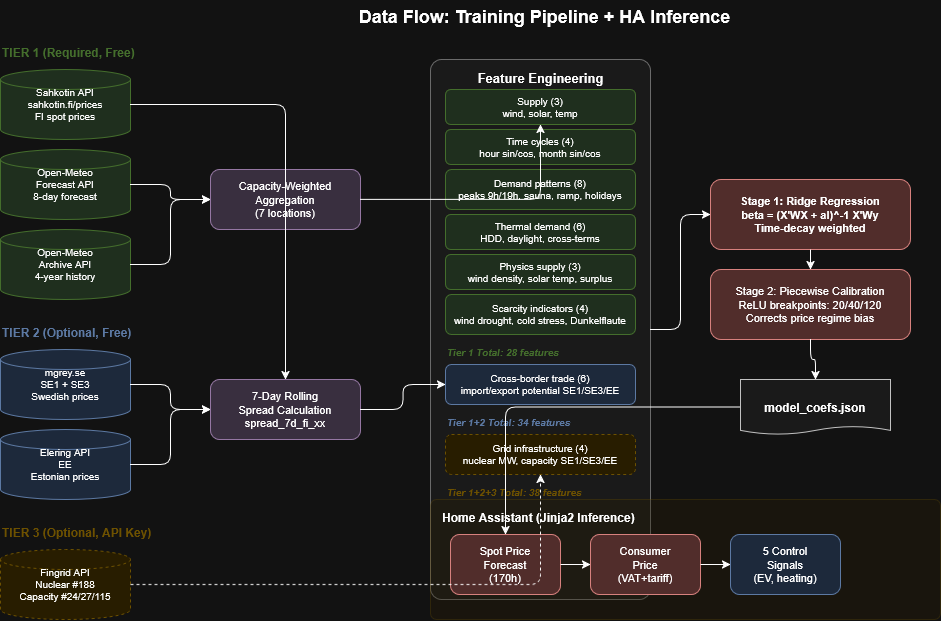
This is docs/diagrams/data-flow.drawio.png from watti-matti/HA-spot-price-predictor, a draw.io export, as it was before one commit. Source tidied: cells renumbered, new cells last; positions are measured from the earlier drawing's top-left corner, leaving out a move shared by most shapes. The source it was exported from:
```xml
<mxGraphModel>
  <root>
    <mxCell id="0" />
    <mxCell id="1" parent="0" />
    <mxCell id="2" value="Data Flow: Training Pipeline + HA Inference" style="text;html=1;fontSize=18;fontStyle=1;align=center;" parent="1" vertex="1">
      <mxGeometry x="244" width="600" height="30" as="geometry" />
    </mxCell>
    <mxCell id="3" value="TIER 1 (Required, Free)" style="text;html=1;fontSize=12;fontStyle=1;fontColor=#82b366;" parent="1" vertex="1">
      <mxGeometry y="40" width="200" height="20" as="geometry" />
    </mxCell>
    <mxCell id="4" value="Sahkotin API&#10;sahkotin.fi/prices&#10;FI spot prices" style="shape=cylinder3;whiteSpace=wrap;html=1;fillColor=#d5e8d4;strokeColor=#82b366;fontSize=10;size=10;" parent="1" vertex="1">
      <mxGeometry y="70" width="130" height="70" as="geometry" />
    </mxCell>
    <mxCell id="5" value="Open-Meteo&#10;Forecast API&#10;8-day forecast" style="shape=cylinder3;whiteSpace=wrap;html=1;fillColor=#d5e8d4;strokeColor=#82b366;fontSize=10;size=10;" parent="1" vertex="1">
      <mxGeometry y="150" width="130" height="70" as="geometry" />
    </mxCell>
    <mxCell id="6" value="Open-Meteo&#10;Archive API&#10;4-year history" style="shape=cylinder3;whiteSpace=wrap;html=1;fillColor=#d5e8d4;strokeColor=#82b366;fontSize=10;size=10;" parent="1" vertex="1">
      <mxGeometry y="230" width="130" height="70" as="geometry" />
    </mxCell>
    <mxCell id="7" value="TIER 2 (Optional, Free)" style="text;html=1;fontSize=12;fontStyle=1;fontColor=#6c8ebf;" parent="1" vertex="1">
      <mxGeometry y="320" width="200" height="20" as="geometry" />
    </mxCell>
    <mxCell id="8" value="mgrey.se&#10;SE1 + SE3&#10;Swedish prices" style="shape=cylinder3;whiteSpace=wrap;html=1;fillColor=#dae8fc;strokeColor=#6c8ebf;fontSize=10;size=10;" parent="1" vertex="1">
      <mxGeometry y="350" width="130" height="70" as="geometry" />
    </mxCell>
    <mxCell id="9" value="Elering API&#10;EE&#10;Estonian prices" style="shape=cylinder3;whiteSpace=wrap;html=1;fillColor=#dae8fc;strokeColor=#6c8ebf;fontSize=10;size=10;" parent="1" vertex="1">
      <mxGeometry y="430" width="130" height="70" as="geometry" />
    </mxCell>
    <mxCell id="10" value="TIER 3 (Optional, API Key)" style="text;html=1;fontSize=12;fontStyle=1;fontColor=#d6b656;" parent="1" vertex="1">
      <mxGeometry y="520" width="200" height="20" as="geometry" />
    </mxCell>
    <mxCell id="11" value="Fingrid API&#10;Nuclear #188&#10;Capacity #24/27/115" style="shape=cylinder3;whiteSpace=wrap;html=1;fillColor=#fff2cc;strokeColor=#d6b656;fontSize=10;size=10;dashed=1;" parent="1" vertex="1">
      <mxGeometry y="550" width="130" height="70" as="geometry" />
    </mxCell>
    <mxCell id="12" value="Capacity-Weighted&#10;Aggregation&#10;(7 locations)" style="rounded=1;whiteSpace=wrap;html=1;fillColor=#e1d5e7;strokeColor=#9673a6;fontSize=11;" parent="1" vertex="1">
      <mxGeometry x="210" y="170" width="150" height="60" as="geometry" />
    </mxCell>
    <mxCell id="13" value="7-Day Rolling&#10;Spread Calculation&#10;spread_7d_fi_xx" style="rounded=1;whiteSpace=wrap;html=1;fillColor=#e1d5e7;strokeColor=#9673a6;fontSize=11;" parent="1" vertex="1">
      <mxGeometry x="210" y="380" width="150" height="60" as="geometry" />
    </mxCell>
    <mxCell id="14" style="rounded=1;whiteSpace=wrap;html=1;fillColor=#f5f5f5;strokeColor=#999999;arcSize=5;" parent="1" vertex="1">
      <mxGeometry x="430" y="60" width="220" height="540" as="geometry" />
    </mxCell>
    <mxCell id="15" value="Feature Engineering" style="text;html=1;fontSize=13;fontStyle=1;align=center;" parent="1" vertex="1">
      <mxGeometry x="450" y="65" width="180" height="20" as="geometry" />
    </mxCell>
    <mxCell id="16" value="Supply (3)&#10;wind, solar, temp" style="rounded=1;whiteSpace=wrap;html=1;fillColor=#d5e8d4;strokeColor=#82b366;fontSize=10;" parent="1" vertex="1">
      <mxGeometry x="445" y="90" width="190" height="35" as="geometry" />
    </mxCell>
    <mxCell id="17" value="Time cycles (4)&#10;hour sin/cos, month sin/cos" style="rounded=1;whiteSpace=wrap;html=1;fillColor=#d5e8d4;strokeColor=#82b366;fontSize=10;" parent="1" vertex="1">
      <mxGeometry x="445" y="130" width="190" height="35" as="geometry" />
    </mxCell>
    <mxCell id="18" value="Demand patterns (8)&#10;peaks 9h/19h, sauna, ramp, holidays" style="rounded=1;whiteSpace=wrap;html=1;fillColor=#d5e8d4;strokeColor=#82b366;fontSize=10;" parent="1" vertex="1">
      <mxGeometry x="445" y="170" width="190" height="40" as="geometry" />
    </mxCell>
    <mxCell id="19" value="Thermal demand (6)&#10;HDD, daylight, cross-terms" style="rounded=1;whiteSpace=wrap;html=1;fillColor=#d5e8d4;strokeColor=#82b366;fontSize=10;" parent="1" vertex="1">
      <mxGeometry x="445" y="215" width="190" height="35" as="geometry" />
    </mxCell>
    <mxCell id="20" value="Physics supply (3)&#10;wind density, solar temp, surplus" style="rounded=1;whiteSpace=wrap;html=1;fillColor=#d5e8d4;strokeColor=#82b366;fontSize=10;" parent="1" vertex="1">
      <mxGeometry x="445" y="255" width="190" height="35" as="geometry" />
    </mxCell>
    <mxCell id="21" value="Scarcity indicators (4)&#10;wind drought, cold stress, Dunkelflaute" style="rounded=1;whiteSpace=wrap;html=1;fillColor=#d5e8d4;strokeColor=#82b366;fontSize=10;" parent="1" vertex="1">
      <mxGeometry x="445" y="295" width="190" height="40" as="geometry" />
    </mxCell>
    <mxCell id="22" value="Tier 1 Total: 28 features" style="text;html=1;fontSize=10;fontStyle=3;fontColor=#82b366;" parent="1" vertex="1">
      <mxGeometry x="445" y="340" width="190" height="15" as="geometry" />
    </mxCell>
    <mxCell id="23" value="Cross-border trade (6)&#10;import/export potential SE1/SE3/EE" style="rounded=1;whiteSpace=wrap;html=1;fillColor=#dae8fc;strokeColor=#6c8ebf;fontSize=10;" parent="1" vertex="1">
      <mxGeometry x="445" y="365" width="190" height="40" as="geometry" />
    </mxCell>
    <mxCell id="24" value="Tier 1+2 Total: 34 features" style="text;html=1;fontSize=10;fontStyle=3;fontColor=#6c8ebf;" parent="1" vertex="1">
      <mxGeometry x="445" y="410" width="190" height="15" as="geometry" />
    </mxCell>
    <mxCell id="25" value="Grid infrastructure (4)&#10;nuclear MW, capacity SE1/SE3/EE" style="rounded=1;whiteSpace=wrap;html=1;fillColor=#fff2cc;strokeColor=#d6b656;fontSize=10;dashed=1;" parent="1" vertex="1">
      <mxGeometry x="445" y="435" width="190" height="40" as="geometry" />
    </mxCell>
    <mxCell id="26" value="Tier 1+2+3 Total: 38 features" style="text;html=1;fontSize=10;fontStyle=3;fontColor=#d6b656;" parent="1" vertex="1">
      <mxGeometry x="445" y="480" width="190" height="15" as="geometry" />
    </mxCell>
    <mxCell id="27" value="Stage 1: Ridge Regression&#10;beta = (X'WX + aI)^-1 X'Wy&#10;Time-decay weighted" style="rounded=1;whiteSpace=wrap;html=1;fillColor=#f8cecc;strokeColor=#b85450;fontSize=11;fontStyle=1;" parent="1" vertex="1">
      <mxGeometry x="710" y="180" width="200" height="70" as="geometry" />
    </mxCell>
    <mxCell id="28" value="Stage 2: Piecewise Calibration&#10;ReLU breakpoints: 20/40/120&#10;Corrects price regime bias" style="rounded=1;whiteSpace=wrap;html=1;fillColor=#f8cecc;strokeColor=#b85450;fontSize=11;" parent="1" vertex="1">
      <mxGeometry x="710" y="270" width="200" height="70" as="geometry" />
    </mxCell>
    <mxCell id="29" value="model_coefs.json" style="shape=document;whiteSpace=wrap;html=1;fillColor=#f5f5f5;strokeColor=#333333;fontSize=12;fontStyle=1;size=0.15;" parent="1" vertex="1">
      <mxGeometry x="740" y="380" width="150" height="55" as="geometry" />
    </mxCell>
    <mxCell id="30" style="rounded=1;whiteSpace=wrap;html=1;fillColor=#fff2cc;strokeColor=#d6b656;arcSize=5;opacity=30;" parent="1" vertex="1">
      <mxGeometry x="430" y="500" width="510" height="120" as="geometry" />
    </mxCell>
    <mxCell id="31" value="Home Assistant (Jinja2 Inference)" style="text;html=1;fontSize=12;fontStyle=1;" parent="1" vertex="1">
      <mxGeometry x="440" y="505" width="250" height="20" as="geometry" />
    </mxCell>
    <mxCell id="32" value="Spot Price&#10;Forecast&#10;(170h)" style="rounded=1;whiteSpace=wrap;html=1;fillColor=#f8cecc;strokeColor=#b85450;fontSize=11;" parent="1" vertex="1">
      <mxGeometry x="450" y="535" width="110" height="60" as="geometry" />
    </mxCell>
    <mxCell id="33" value="Consumer&#10;Price&#10;(VAT+tariff)" style="rounded=1;whiteSpace=wrap;html=1;fillColor=#f8cecc;strokeColor=#b85450;fontSize=11;" parent="1" vertex="1">
      <mxGeometry x="590" y="535" width="110" height="60" as="geometry" />
    </mxCell>
    <mxCell id="34" value="5 Control&#10;Signals&#10;(EV, heating)" style="rounded=1;whiteSpace=wrap;html=1;fillColor=#dae8fc;strokeColor=#6c8ebf;fontSize=11;" parent="1" vertex="1">
      <mxGeometry x="730" y="535" width="110" height="60" as="geometry" />
    </mxCell>
    <mxCell id="35" style="edgeStyle=orthogonalEdgeStyle;" parent="1" edge="1" source="5" target="12">
      <mxGeometry relative="1" as="geometry" />
    </mxCell>
    <mxCell id="36" style="edgeStyle=orthogonalEdgeStyle;" parent="1" edge="1" source="6" target="12">
      <mxGeometry relative="1" as="geometry" />
    </mxCell>
    <mxCell id="37" style="edgeStyle=orthogonalEdgeStyle;" parent="1" edge="1" source="12" target="16">
      <mxGeometry relative="1" as="geometry" />
    </mxCell>
    <mxCell id="38" style="edgeStyle=orthogonalEdgeStyle;" parent="1" edge="1" source="8" target="13">
      <mxGeometry relative="1" as="geometry" />
    </mxCell>
    <mxCell id="39" style="edgeStyle=orthogonalEdgeStyle;" parent="1" edge="1" source="9" target="13">
      <mxGeometry relative="1" as="geometry" />
    </mxCell>
    <mxCell id="40" style="edgeStyle=orthogonalEdgeStyle;" parent="1" edge="1" source="4" target="13">
      <mxGeometry relative="1" as="geometry" />
    </mxCell>
    <mxCell id="41" style="edgeStyle=orthogonalEdgeStyle;" parent="1" edge="1" source="13" target="23">
      <mxGeometry relative="1" as="geometry" />
    </mxCell>
    <mxCell id="42" style="edgeStyle=orthogonalEdgeStyle;dashed=1;" parent="1" edge="1" source="11" target="25">
      <mxGeometry relative="1" as="geometry" />
    </mxCell>
    <mxCell id="43" style="edgeStyle=orthogonalEdgeStyle;" parent="1" edge="1" source="14" target="27">
      <mxGeometry relative="1" as="geometry" />
    </mxCell>
    <mxCell id="44" style="edgeStyle=orthogonalEdgeStyle;" parent="1" edge="1" source="27" target="28">
      <mxGeometry relative="1" as="geometry" />
    </mxCell>
    <mxCell id="45" style="edgeStyle=orthogonalEdgeStyle;" parent="1" edge="1" source="28" target="29">
      <mxGeometry relative="1" as="geometry" />
    </mxCell>
    <mxCell id="46" style="edgeStyle=orthogonalEdgeStyle;" parent="1" edge="1" source="29" target="32">
      <mxGeometry relative="1" as="geometry" />
    </mxCell>
    <mxCell id="47" style="edgeStyle=orthogonalEdgeStyle;" parent="1" edge="1" source="32" target="33">
      <mxGeometry relative="1" as="geometry" />
    </mxCell>
    <mxCell id="48" style="edgeStyle=orthogonalEdgeStyle;" parent="1" edge="1" source="33" target="34">
      <mxGeometry relative="1" as="geometry" />
    </mxCell>
  </root>
</mxGraphModel>
```
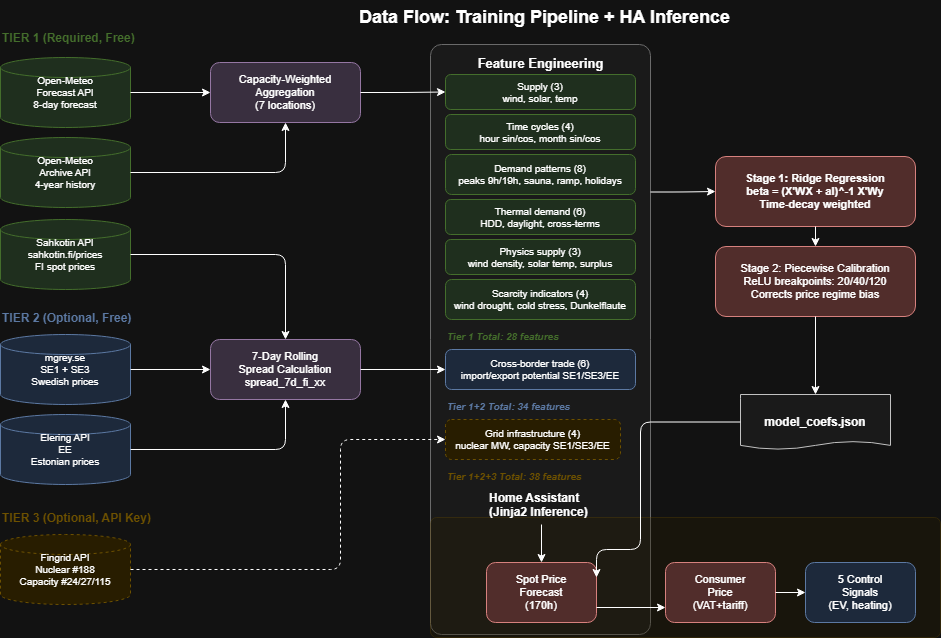
After the commit.

Change to the diagram source:
```diff
@@ -3,19 +3,19 @@
     <mxCell id="0" />
     <mxCell id="1" parent="0" />
     <mxCell id="2" value="Data Flow: Training Pipeline + HA Inference" style="text;html=1;fontSize=18;fontStyle=1;align=center;" parent="1" vertex="1">
-      <mxGeometry x="244" width="600" height="30" as="geometry" />
+      <mxGeometry x="244" y="16" width="600" height="30" as="geometry" />
     </mxCell>
     <mxCell id="3" value="TIER 1 (Required, Free)" style="text;html=1;fontSize=12;fontStyle=1;fontColor=#82b366;" parent="1" vertex="1">
       <mxGeometry y="40" width="200" height="20" as="geometry" />
     </mxCell>
     <mxCell id="4" value="Sahkotin API&#10;sahkotin.fi/prices&#10;FI spot prices" style="shape=cylinder3;whiteSpace=wrap;html=1;fillColor=#d5e8d4;strokeColor=#82b366;fontSize=10;size=10;" parent="1" vertex="1">
-      <mxGeometry y="70" width="130" height="70" as="geometry" />
+      <mxGeometry y="235" width="130" height="70" as="geometry" />
     </mxCell>
     <mxCell id="5" value="Open-Meteo&#10;Forecast API&#10;8-day forecast" style="shape=cylinder3;whiteSpace=wrap;html=1;fillColor=#d5e8d4;strokeColor=#82b366;fontSize=10;size=10;" parent="1" vertex="1">
-      <mxGeometry y="150" width="130" height="70" as="geometry" />
+      <mxGeometry y="73" width="130" height="70" as="geometry" />
     </mxCell>
     <mxCell id="6" value="Open-Meteo&#10;Archive API&#10;4-year history" style="shape=cylinder3;whiteSpace=wrap;html=1;fillColor=#d5e8d4;strokeColor=#82b366;fontSize=10;size=10;" parent="1" vertex="1">
-      <mxGeometry y="230" width="130" height="70" as="geometry" />
+      <mxGeometry y="153" width="130" height="70" as="geometry" />
     </mxCell>
     <mxCell id="7" value="TIER 2 (Optional, Free)" style="text;html=1;fontSize=12;fontStyle=1;fontColor=#6c8ebf;" parent="1" vertex="1">
       <mxGeometry y="320" width="200" height="20" as="geometry" />
@@ -33,13 +33,13 @@
       <mxGeometry y="550" width="130" height="70" as="geometry" />
     </mxCell>
     <mxCell id="12" value="Capacity-Weighted&#10;Aggregation&#10;(7 locations)" style="rounded=1;whiteSpace=wrap;html=1;fillColor=#e1d5e7;strokeColor=#9673a6;fontSize=11;" parent="1" vertex="1">
-      <mxGeometry x="210" y="170" width="150" height="60" as="geometry" />
+      <mxGeometry x="210" y="78" width="150" height="60" as="geometry" />
     </mxCell>
     <mxCell id="13" value="7-Day Rolling&#10;Spread Calculation&#10;spread_7d_fi_xx" style="rounded=1;whiteSpace=wrap;html=1;fillColor=#e1d5e7;strokeColor=#9673a6;fontSize=11;" parent="1" vertex="1">
-      <mxGeometry x="210" y="380" width="150" height="60" as="geometry" />
+      <mxGeometry x="210" y="355" width="150" height="60" as="geometry" />
     </mxCell>
     <mxCell id="14" style="rounded=1;whiteSpace=wrap;html=1;fillColor=#f5f5f5;strokeColor=#999999;arcSize=5;" parent="1" vertex="1">
-      <mxGeometry x="430" y="60" width="220" height="540" as="geometry" />
+      <mxGeometry x="430" y="60" width="220" height="590" as="geometry" />
     </mxCell>
     <mxCell id="15" value="Feature Engineering" style="text;html=1;fontSize=13;fontStyle=1;align=center;" parent="1" vertex="1">
       <mxGeometry x="450" y="65" width="180" height="20" as="geometry" />
@@ -72,34 +72,37 @@
       <mxGeometry x="445" y="410" width="190" height="15" as="geometry" />
     </mxCell>
     <mxCell id="25" value="Grid infrastructure (4)&#10;nuclear MW, capacity SE1/SE3/EE" style="rounded=1;whiteSpace=wrap;html=1;fillColor=#fff2cc;strokeColor=#d6b656;fontSize=10;dashed=1;" parent="1" vertex="1">
-      <mxGeometry x="445" y="435" width="190" height="40" as="geometry" />
+      <mxGeometry x="445" y="435" width="175" height="40" as="geometry" />
     </mxCell>
     <mxCell id="26" value="Tier 1+2+3 Total: 38 features" style="text;html=1;fontSize=10;fontStyle=3;fontColor=#d6b656;" parent="1" vertex="1">
       <mxGeometry x="445" y="480" width="190" height="15" as="geometry" />
     </mxCell>
     <mxCell id="27" value="Stage 1: Ridge Regression&#10;beta = (X'WX + aI)^-1 X'Wy&#10;Time-decay weighted" style="rounded=1;whiteSpace=wrap;html=1;fillColor=#f8cecc;strokeColor=#b85450;fontSize=11;fontStyle=1;" parent="1" vertex="1">
-      <mxGeometry x="710" y="180" width="200" height="70" as="geometry" />
+      <mxGeometry x="715" y="172" width="200" height="70" as="geometry" />
     </mxCell>
     <mxCell id="28" value="Stage 2: Piecewise Calibration&#10;ReLU breakpoints: 20/40/120&#10;Corrects price regime bias" style="rounded=1;whiteSpace=wrap;html=1;fillColor=#f8cecc;strokeColor=#b85450;fontSize=11;" parent="1" vertex="1">
-      <mxGeometry x="710" y="270" width="200" height="70" as="geometry" />
+      <mxGeometry x="715" y="262" width="200" height="70" as="geometry" />
     </mxCell>
     <mxCell id="29" value="model_coefs.json" style="shape=document;whiteSpace=wrap;html=1;fillColor=#f5f5f5;strokeColor=#333333;fontSize=12;fontStyle=1;size=0.15;" parent="1" vertex="1">
-      <mxGeometry x="740" y="380" width="150" height="55" as="geometry" />
+      <mxGeometry x="740" y="410" width="150" height="55" as="geometry" />
     </mxCell>
     <mxCell id="30" style="rounded=1;whiteSpace=wrap;html=1;fillColor=#fff2cc;strokeColor=#d6b656;arcSize=5;opacity=30;" parent="1" vertex="1">
-      <mxGeometry x="430" y="500" width="510" height="120" as="geometry" />
+      <mxGeometry x="430" y="533" width="510" height="120" as="geometry" />
     </mxCell>
+    <mxCell id="49" style="edgeStyle=orthogonalEdgeStyle;rounded=0;jettySize=auto;html=1;exitX=0.5;exitY=1;exitDx=0;exitDy=0;" parent="1" edge="1" source="31" target="32">
+      <mxGeometry relative="1" as="geometry" />
+    </mxCell>
-    <mxCell id="31" value="Home Assistant (Jinja2 Inference)" style="text;html=1;fontSize=12;fontStyle=1;" parent="1" vertex="1">
-      <mxGeometry x="440" y="505" width="250" height="20" as="geometry" />
+    <mxCell id="31" value="Home Assistant&lt;br&gt;(Jinja2 Inference)" style="text;html=1;fontSize=12;fontStyle=1;" parent="1" vertex="1">
+      <mxGeometry x="486.5" y="500" width="109" height="40" as="geometry" />
     </mxCell>
     <mxCell id="32" value="Spot Price&#10;Forecast&#10;(170h)" style="rounded=1;whiteSpace=wrap;html=1;fillColor=#f8cecc;strokeColor=#b85450;fontSize=11;" parent="1" vertex="1">
-      <mxGeometry x="450" y="535" width="110" height="60" as="geometry" />
+      <mxGeometry x="486" y="578" width="110" height="60" as="geometry" />
     </mxCell>
     <mxCell id="33" value="Consumer&#10;Price&#10;(VAT+tariff)" style="rounded=1;whiteSpace=wrap;html=1;fillColor=#f8cecc;strokeColor=#b85450;fontSize=11;" parent="1" vertex="1">
-      <mxGeometry x="590" y="535" width="110" height="60" as="geometry" />
+      <mxGeometry x="665" y="578" width="110" height="60" as="geometry" />
     </mxCell>
     <mxCell id="34" value="5 Control&#10;Signals&#10;(EV, heating)" style="rounded=1;whiteSpace=wrap;html=1;fillColor=#dae8fc;strokeColor=#6c8ebf;fontSize=11;" parent="1" vertex="1">
-      <mxGeometry x="730" y="535" width="110" height="60" as="geometry" />
+      <mxGeometry x="805" y="578" width="110" height="60" as="geometry" />
     </mxCell>
     <mxCell id="35" style="edgeStyle=orthogonalEdgeStyle;" parent="1" edge="1" source="5" target="12">
       <mxGeometry relative="1" as="geometry" />
@@ -122,10 +125,15 @@
     <mxCell id="41" style="edgeStyle=orthogonalEdgeStyle;" parent="1" edge="1" source="13" target="23">
       <mxGeometry relative="1" as="geometry" />
     </mxCell>
-    <mxCell id="42" style="edgeStyle=orthogonalEdgeStyle;dashed=1;" parent="1" edge="1" source="11" target="25">
-      <mxGeometry relative="1" as="geometry" />
+    <mxCell id="42" style="edgeStyle=orthogonalEdgeStyle;dashed=1;entryX=0;entryY=0.5;entryDx=0;entryDy=0;" parent="1" edge="1" source="11" target="25">
+      <mxGeometry relative="1" as="geometry">
+        <Array as="points">
+          <mxPoint x="340" y="585" />
+          <mxPoint x="340" y="455" />
+        </Array>
+      </mxGeometry>
     </mxCell>
-    <mxCell id="43" style="edgeStyle=orthogonalEdgeStyle;" parent="1" edge="1" source="14" target="27">
+    <mxCell id="43" style="edgeStyle=orthogonalEdgeStyle;exitX=1;exitY=0.25;exitDx=0;exitDy=0;" parent="1" edge="1" source="14" target="27">
       <mxGeometry relative="1" as="geometry" />
     </mxCell>
     <mxCell id="44" style="edgeStyle=orthogonalEdgeStyle;" parent="1" edge="1" source="27" target="28">
@@ -134,10 +142,15 @@
     <mxCell id="45" style="edgeStyle=orthogonalEdgeStyle;" parent="1" edge="1" source="28" target="29">
       <mxGeometry relative="1" as="geometry" />
     </mxCell>
-    <mxCell id="46" style="edgeStyle=orthogonalEdgeStyle;" parent="1" edge="1" source="29" target="32">
-      <mxGeometry relative="1" as="geometry" />
+    <mxCell id="46" style="edgeStyle=orthogonalEdgeStyle;exitX=0;exitY=0.5;exitDx=0;exitDy=0;entryX=1;entryY=0.25;entryDx=0;entryDy=0;" parent="1" edge="1" source="29" target="32">
+      <mxGeometry relative="1" as="geometry">
+        <Array as="points">
+          <mxPoint x="640" y="438" />
+          <mxPoint x="640" y="565" />
+        </Array>
+      </mxGeometry>
     </mxCell>
-    <mxCell id="47" style="edgeStyle=orthogonalEdgeStyle;" parent="1" edge="1" source="32" target="33">
+    <mxCell id="47" style="edgeStyle=orthogonalEdgeStyle;exitX=1;exitY=0.75;exitDx=0;exitDy=0;entryX=0;entryY=0.75;entryDx=0;entryDy=0;" parent="1" edge="1" source="32" target="33">
       <mxGeometry relative="1" as="geometry" />
     </mxCell>
     <mxCell id="48" style="edgeStyle=orthogonalEdgeStyle;" parent="1" edge="1" source="33" target="34">
```
